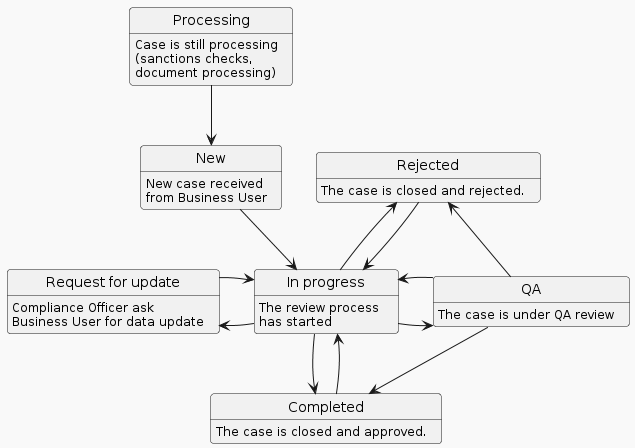
The PlantUML diagram .gitbook/assets/ProcessStates.png in Gatenox/GatenoxDevelopersHub, before a commit.
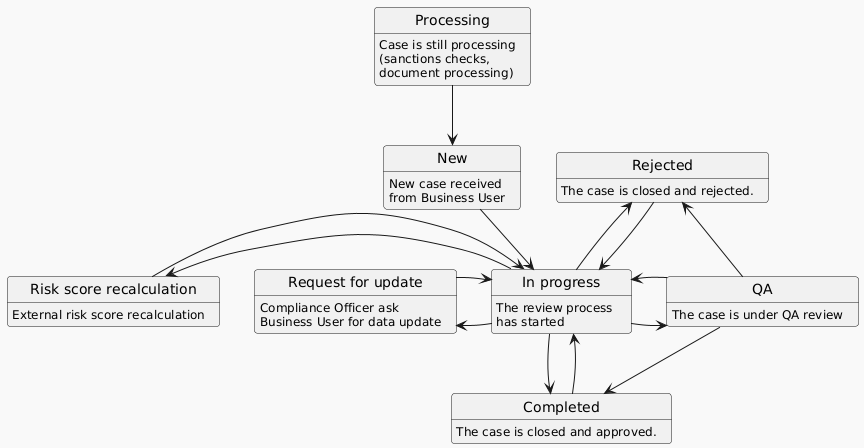
After the change.

Change to the diagram source:
```diff
@@ -15,12 +15,16 @@
 rejected: The case is closed and rejected.
 state "Completed" as completed
 completed: The case is closed and approved.
+state "Risk score recalculation" as rsr
+rsr: External risk score recalculation
 
 proc -down-> new
 new -down-> in_p
 in_p -left-> rfu
+in_p -left-> rsr
 in_p -right-> qa
 rfu -right-> in_p
+rsr -right-> in_p
 qa -left-> in_p
 in_p -down-> completed
 qa -down-> completed
```
